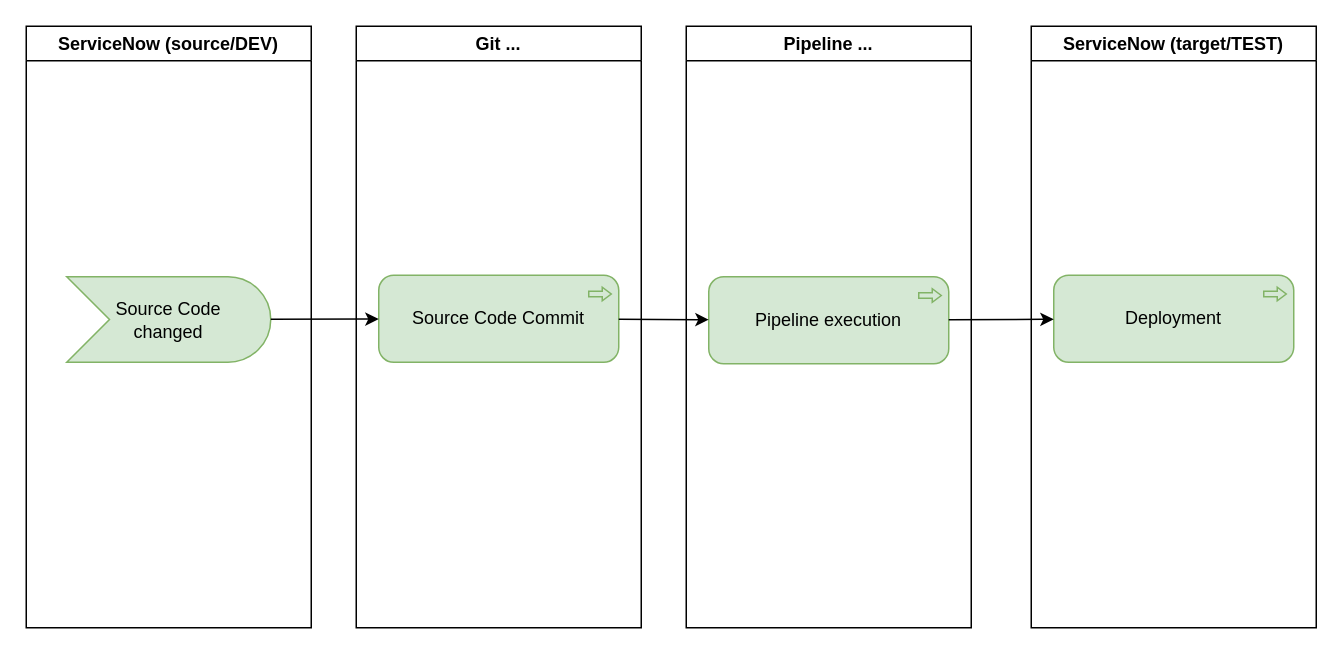
Before: page "concept" (1 of 5) of SnDevSecOps.drawio in algimas/tmp, a draw.io diagram. Source tidied: cells renumbered, new cells numbered last; positions are measured from the earlier drawing's top-left corner, leaving out a move shared by most shapes. Both pictures are drawn from the tidied source at 150%, with x=0, y=0 at pixel (26, 26).
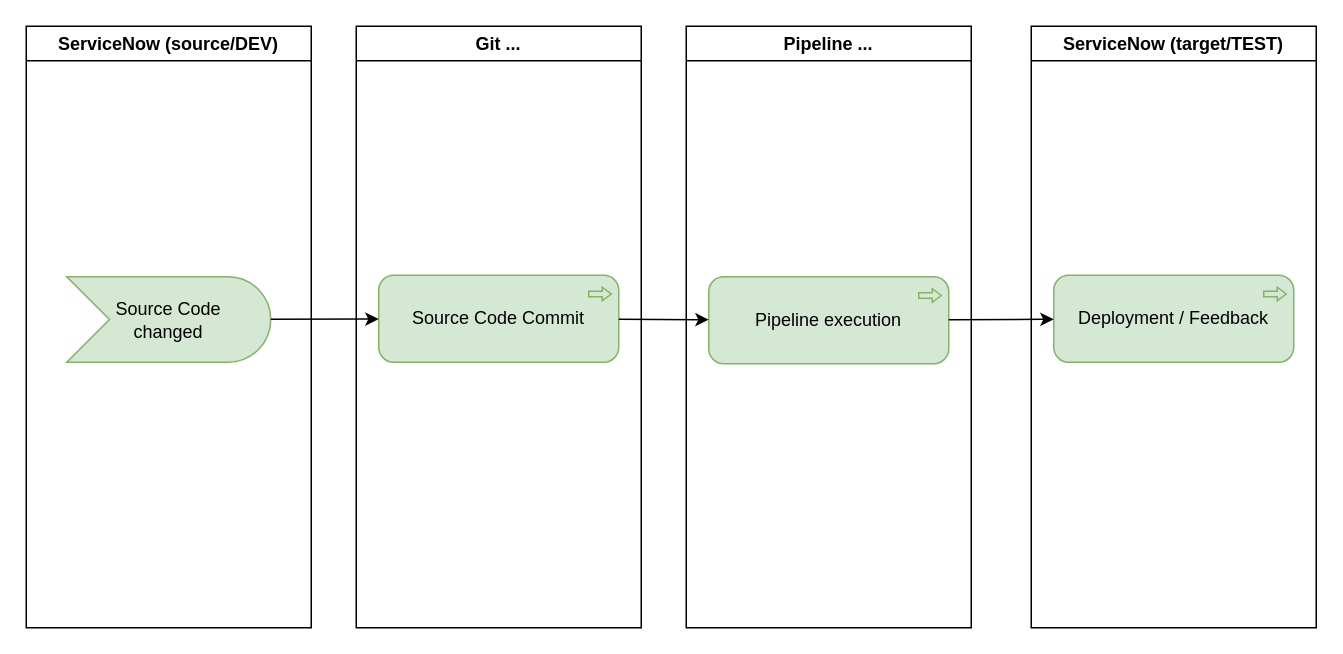
The same page after the edit.

What changed in the source:
```diff
@@
 <mxGraphModel>
   <root>
     <mxCell id="0" />
     <mxCell id="1" parent="0" />
     <mxCell id="2" value="ServiceNow (source/DEV)" style="swimlane;" parent="1" vertex="1">
       <mxGeometry width="190" height="401" as="geometry" />
     </mxCell>
     <mxCell id="3" value="Source Code &lt;br&gt;changed" style="html=1;outlineConnect=0;whiteSpace=wrap;fillColor=#d5e8d4;shape=mxgraph.archimate3.event;strokeColor=#82b366;" parent="2" vertex="1">
       <mxGeometry x="27" y="167" width="136" height="57" as="geometry" />
     </mxCell>
     <mxCell id="4" value="Git ..." style="swimlane;" parent="1" vertex="1">
       <mxGeometry x="220" width="190" height="401" as="geometry" />
     </mxCell>
     <mxCell id="5" value="Source Code Commit" style="html=1;outlineConnect=0;whiteSpace=wrap;fillColor=#d5e8d4;shape=mxgraph.archimate3.application;appType=proc;archiType=rounded;strokeColor=#82b366;" parent="4" vertex="1">
       <mxGeometry x="15" y="166" width="160" height="58" as="geometry" />
     </mxCell>
     <mxCell id="6" value="Pipeline ..." style="swimlane;" parent="1" vertex="1">
       <mxGeometry x="440" width="190" height="401" as="geometry" />
     </mxCell>
     <mxCell id="7" value="Pipeline execution" style="html=1;outlineConnect=0;whiteSpace=wrap;fillColor=#d5e8d4;shape=mxgraph.archimate3.application;appType=proc;archiType=rounded;strokeColor=#82b366;" parent="6" vertex="1">
       <mxGeometry x="15" y="167" width="160" height="58" as="geometry" />
     </mxCell>
     <mxCell id="8" value="ServiceNow (target/TEST)" style="swimlane;" parent="1" vertex="1">
       <mxGeometry x="670" width="190" height="401" as="geometry" />
     </mxCell>
-    <mxCell id="9" value="Deployment" style="html=1;outlineConnect=0;whiteSpace=wrap;fillColor=#d5e8d4;shape=mxgraph.archimate3.application;appType=proc;archiType=rounded;strokeColor=#82b366;" parent="8" vertex="1">
+    <mxCell id="9" value="Deployment / Feedback" style="html=1;outlineConnect=0;whiteSpace=wrap;fillColor=#d5e8d4;shape=mxgraph.archimate3.application;appType=proc;archiType=rounded;strokeColor=#82b366;" parent="8" vertex="1">
       <mxGeometry x="15" y="166" width="160" height="58" as="geometry" />
     </mxCell>
     <mxCell id="10" style="edgeStyle=none;rounded=0;jettySize=auto;html=1;fontSize=6;" parent="1" edge="1" source="3" target="5">
       <mxGeometry relative="1" as="geometry" />
     </mxCell>
     <mxCell id="11" style="edgeStyle=none;rounded=0;jettySize=auto;html=1;fontSize=6;" parent="1" edge="1" source="5" target="7">
       <mxGeometry relative="1" as="geometry" />
     </mxCell>
     <mxCell id="12" style="edgeStyle=none;rounded=0;jettySize=auto;html=1;fontSize=6;" parent="1" edge="1" source="7" target="9">
       <mxGeometry relative="1" as="geometry" />
     </mxCell>
   </root>
 </mxGraphModel>
```
